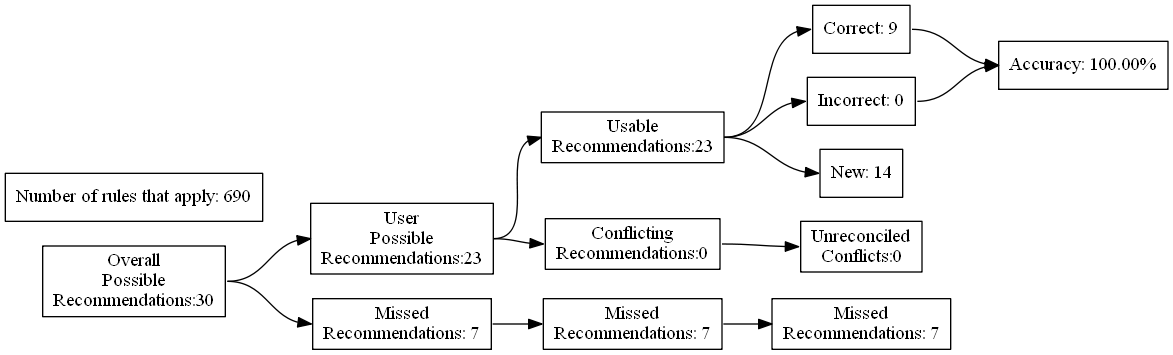
This is test_renders/14.gv.png from ZaxR/ibd_diet_analysis, a Graphviz export, as it was before one commit. Its source is kept beside it as test_renders/14.gv.
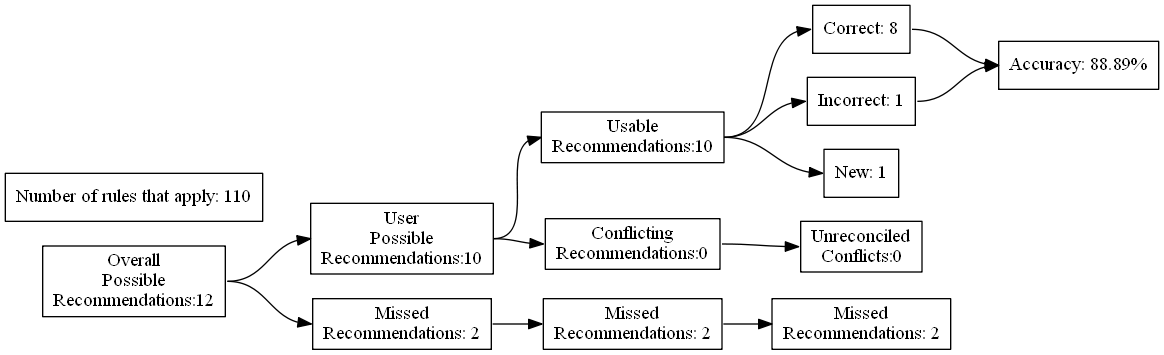
Later version of the same file.

Change to the diagram source:
```diff
@@ -4,27 +4,27 @@
 	edge [headport=w tailport=e]
 		A [label="Overall
 Possible
-Recommendations:30"]
+Recommendations:12"]
 		B [label="User
 Possible
-Recommendations:23"]
+Recommendations:10"]
 		C [label="Missed
-Recommendations: 7"]
+Recommendations: 2"]
 		D [label="Usable
-Recommendations:23"]
+Recommendations:10"]
 		E [label="Conflicting
 Recommendations:0"]
 		J [label="Missed
-Recommendations: 7"]
+Recommendations: 2"]
 		M [label="Unreconciled
 Conflicts:0"]
-		F [label="Correct: 9"]
-		G [label="Incorrect: 0"]
-		H [label="New: 14"]
+		F [label="Correct: 8"]
+		G [label="Incorrect: 1"]
+		H [label="New: 1"]
 		K [label="Missed
-Recommendations: 7"]
-		I [label="Accuracy: 100.00%"]
-		l [label="Number of rules that apply: 690"]
+Recommendations: 2"]
+		I [label="Accuracy: 88.89%"]
+		l [label="Number of rules that apply: 110"]
 			A -> B
 			A -> C
 			B -> D
```
